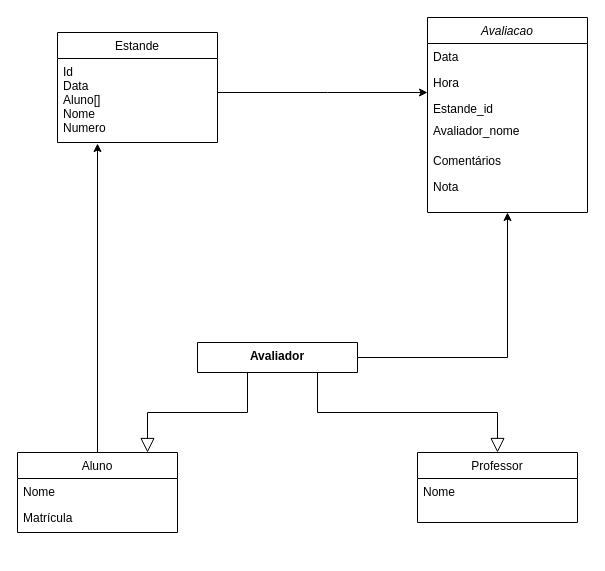
Before: Diagrama sem nome.drawio in eognus/POO2_projetob1, a draw.io diagram. Source tidied: cells renumbered, new cells numbered last; positions are measured from the earlier drawing's top-left corner, leaving out a move shared by most shapes. Both pictures are drawn from the tidied source at 100%, with x=0, y=0 at pixel (17, 17).
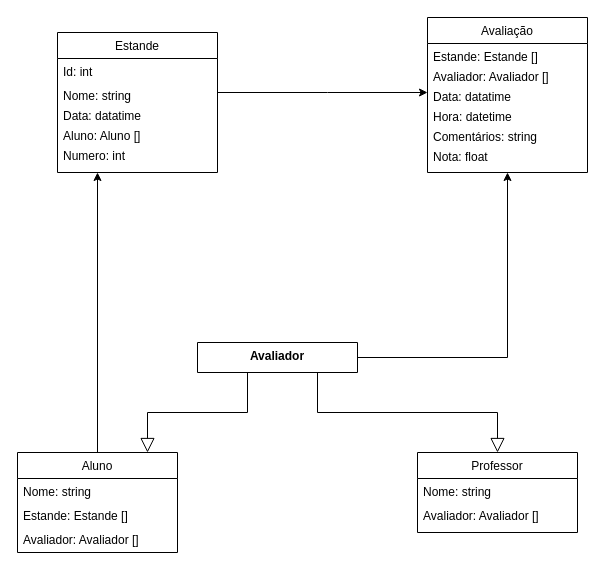
The same diagram, later.

Diff of the diagram source:
```diff
@@
-    <mxCell id="2" value="Avaliacao" style="swimlane;fontStyle=2;align=center;verticalAlign=top;horizontal=1;startSize=26;rounded=0;shadow=0;strokeWidth=1;" parent="1" vertex="1">
-      <mxGeometry x="410" width="160" height="195" as="geometry" />
+    <mxCell id="2" value="Avaliação" style="swimlane;fontStyle=0;align=center;verticalAlign=top;horizontal=1;startSize=26;rounded=0;shadow=0;strokeWidth=1;" parent="1" vertex="1">
+      <mxGeometry x="410" width="160" height="155" as="geometry" />
     </mxCell>
+    <mxCell id="5" value="Estande: Estande []&#10;" style="text;align=left;verticalAlign=top;spacingLeft=4;spacingRight=4;overflow=hidden;rounded=0;shadow=0;html=0;" parent="2" vertex="1">
+      <mxGeometry y="26" width="160" height="20" as="geometry" />
+    </mxCell>
+    <mxCell id="6" value="Avaliador: Avaliador []" style="text;align=left;verticalAlign=top;spacingLeft=4;spacingRight=4;overflow=hidden;rounded=0;shadow=0;html=0;" parent="2" vertex="1">
+      <mxGeometry y="46" width="160" height="20" as="geometry" />
+    </mxCell>
-    <mxCell id="3" value="Data" style="text;align=left;verticalAlign=top;spacingLeft=4;spacingRight=4;overflow=hidden;" parent="2" vertex="1">
-      <mxGeometry y="26" width="160" height="26" as="geometry" />
+    <mxCell id="3" value="Data: datatime" style="text;align=left;verticalAlign=top;spacingLeft=4;spacingRight=4;overflow=hidden;" parent="2" vertex="1">
+      <mxGeometry y="66" width="160" height="20" as="geometry" />
     </mxCell>
-    <mxCell id="4" value="Hora" style="text;align=left;verticalAlign=top;spacingLeft=4;spacingRight=4;overflow=hidden;rounded=0;shadow=0;html=0;" parent="2" vertex="1">
-      <mxGeometry y="52" width="160" height="26" as="geometry" />
+    <mxCell id="4" value="Hora: datetime" style="text;align=left;verticalAlign=top;spacingLeft=4;spacingRight=4;overflow=hidden;rounded=0;shadow=0;html=0;" parent="2" vertex="1">
+      <mxGeometry y="86" width="160" height="20" as="geometry" />
     </mxCell>
-    <mxCell id="5" value="Estande_id&#10;&#10;" style="text;align=left;verticalAlign=top;spacingLeft=4;spacingRight=4;overflow=hidden;rounded=0;shadow=0;html=0;" parent="2" vertex="1">
-      <mxGeometry y="78" width="160" height="22" as="geometry" />
-    </mxCell>
-    <mxCell id="6" value="Avaliador_nome" style="text;align=left;verticalAlign=top;spacingLeft=4;spacingRight=4;overflow=hidden;rounded=0;shadow=0;html=0;" parent="2" vertex="1">
-      <mxGeometry y="100" width="160" height="30" as="geometry" />
-    </mxCell>
-    <mxCell id="7" value="Comentários" style="text;align=left;verticalAlign=top;spacingLeft=4;spacingRight=4;overflow=hidden;" parent="2" vertex="1">
-      <mxGeometry y="130" width="160" height="26" as="geometry" />
+    <mxCell id="7" value="Comentários: string" style="text;align=left;verticalAlign=top;spacingLeft=4;spacingRight=4;overflow=hidden;" parent="2" vertex="1">
+      <mxGeometry y="106" width="160" height="20" as="geometry" />
     </mxCell>
-    <mxCell id="8" value="Nota" style="text;align=left;verticalAlign=top;spacingLeft=4;spacingRight=4;overflow=hidden;" parent="2" vertex="1">
-      <mxGeometry y="156" width="160" height="26" as="geometry" />
+    <mxCell id="8" value="Nota: float" style="text;align=left;verticalAlign=top;spacingLeft=4;spacingRight=4;overflow=hidden;" parent="2" vertex="1">
+      <mxGeometry y="126" width="160" height="24" as="geometry" />
     </mxCell>
-    <mxCell id="9" style="edgeStyle=orthogonalEdgeStyle;rounded=0;jettySize=auto;html=1;entryX=0.25;entryY=1.012;entryDx=0;entryDy=0;entryPerimeter=0;" parent="1" edge="1" source="10" target="17">
+    <mxCell id="9" style="edgeStyle=orthogonalEdgeStyle;rounded=0;jettySize=auto;html=1;entryX=0.25;entryY=1;entryDx=0;entryDy=0;" parent="1" edge="1" source="10" target="16">
       <mxGeometry relative="1" as="geometry" />
     </mxCell>
     <mxCell id="10" value="Aluno" style="swimlane;fontStyle=0;align=center;verticalAlign=top;horizontal=1;startSize=26;rounded=0;shadow=0;strokeWidth=1;" parent="1" vertex="1">
-      <mxGeometry y="435" width="160" height="80" as="geometry" />
+      <mxGeometry y="435" width="160" height="100" as="geometry" />
     </mxCell>
-    <mxCell id="11" value="Nome    " style="text;align=left;verticalAlign=top;spacingLeft=4;spacingRight=4;overflow=hidden;" parent="10" vertex="1">
-      <mxGeometry y="26" width="160" height="26" as="geometry" />
+    <mxCell id="11" value="Nome: string " style="text;align=left;verticalAlign=top;spacingLeft=4;spacingRight=4;overflow=hidden;" parent="10" vertex="1">
+      <mxGeometry y="26" width="160" height="24" as="geometry" />
     </mxCell>
-    <mxCell id="12" value="Matrícula" style="text;align=left;verticalAlign=top;spacingLeft=4;spacingRight=4;overflow=hidden;rounded=0;shadow=0;html=0;" parent="10" vertex="1">
-      <mxGeometry y="52" width="160" height="26" as="geometry" />
-    </mxCell>
+    <mxCell id="23" value="Estande: Estande []" style="text;align=left;verticalAlign=top;spacingLeft=4;spacingRight=4;overflow=hidden;" parent="10" vertex="1">
+      <mxGeometry y="50" width="160" height="24" as="geometry" />
+    </mxCell>
+    <mxCell id="24" value="Avaliador: Avaliador []" style="text;align=left;verticalAlign=top;spacingLeft=4;spacingRight=4;overflow=hidden;" parent="10" vertex="1">
+      <mxGeometry y="74" width="160" height="24" as="geometry" />
+    </mxCell>
     <mxCell id="13" value="Professor" style="swimlane;fontStyle=0;align=center;verticalAlign=top;horizontal=1;startSize=26;rounded=0;shadow=0;strokeWidth=1;" parent="1" vertex="1">
-      <mxGeometry x="400" y="435" width="160" height="70" as="geometry" />
+      <mxGeometry x="400" y="435" width="160" height="80" as="geometry" />
     </mxCell>
-    <mxCell id="14" value="Nome&#10;" style="text;align=left;verticalAlign=top;spacingLeft=4;spacingRight=4;overflow=hidden;" parent="13" vertex="1">
-      <mxGeometry y="26" width="160" height="26" as="geometry" />
+    <mxCell id="14" value="Nome: string&#10;" style="text;align=left;verticalAlign=top;spacingLeft=4;spacingRight=4;overflow=hidden;" parent="13" vertex="1">
+      <mxGeometry y="26" width="160" height="24" as="geometry" />
     </mxCell>
+    <mxCell id="25" value="Avaliador: Avaliador []" style="text;align=left;verticalAlign=top;spacingLeft=4;spacingRight=4;overflow=hidden;" parent="13" vertex="1">
+      <mxGeometry y="50" width="160" height="24" as="geometry" />
+    </mxCell>
@@
     <mxCell id="16" value="Estande" style="swimlane;fontStyle=0;align=center;verticalAlign=top;horizontal=1;startSize=26;rounded=0;shadow=0;strokeWidth=1;" parent="1" vertex="1">
-      <mxGeometry x="40" y="15" width="160" height="110" as="geometry" />
+      <mxGeometry x="40" y="15" width="160" height="140" as="geometry" />
     </mxCell>
-    <mxCell id="17" value="Id&#10;Data&#10;Aluno[]&#10;Nome&#10;Numero" style="text;align=left;verticalAlign=top;spacingLeft=4;spacingRight=4;overflow=hidden;points=[[0,0.5],[1,0.5]];portConstraint=eastwest;" parent="16" vertex="1">
-      <mxGeometry y="26" width="160" height="84" as="geometry" />
+    <mxCell id="17" value="Id: int" style="text;align=left;verticalAlign=top;spacingLeft=4;spacingRight=4;overflow=hidden;points=[[0,0.5],[1,0.5]];portConstraint=eastwest;" parent="16" vertex="1">
+      <mxGeometry y="26" width="160" height="24" as="geometry" />
     </mxCell>
     <mxCell id="18" style="line;html=1;strokeWidth=1;align=left;verticalAlign=middle;spacingTop=-1;spacingLeft=3;spacingRight=3;labelPosition=right;" parent="16" vertex="1">
-      <mxGeometry y="110" width="160" as="geometry" />
+      <mxGeometry y="50" width="160" as="geometry" />
     </mxCell>
+    <mxCell id="26" value="Nome: string" style="text;align=left;verticalAlign=top;spacingLeft=4;spacingRight=4;overflow=hidden;" parent="16" vertex="1">
+      <mxGeometry y="50" width="160" height="20" as="geometry" />
+    </mxCell>
+    <mxCell id="27" value="Data: datatime" style="text;align=left;verticalAlign=top;spacingLeft=4;spacingRight=4;overflow=hidden;" parent="16" vertex="1">
+      <mxGeometry y="70" width="160" height="20" as="geometry" />
+    </mxCell>
+    <mxCell id="28" value="Aluno: Aluno []" style="text;align=left;verticalAlign=top;spacingLeft=4;spacingRight=4;overflow=hidden;" parent="16" vertex="1">
+      <mxGeometry y="90" width="160" height="20" as="geometry" />
+    </mxCell>
+    <mxCell id="29" value="Numero: int" style="text;align=left;verticalAlign=top;spacingLeft=4;spacingRight=4;overflow=hidden;" parent="16" vertex="1">
+      <mxGeometry y="110" width="160" height="20" as="geometry" />
+    </mxCell>
```
